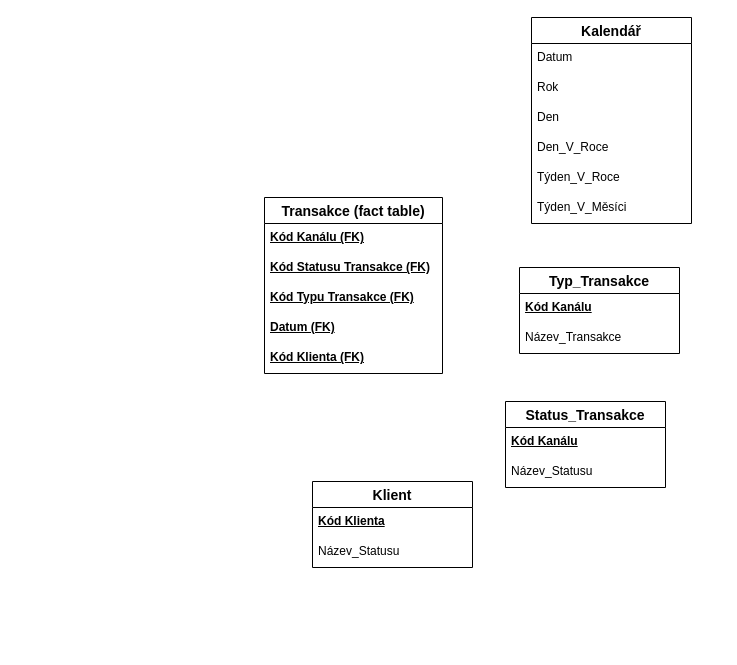
Finishxx/draw-io keeps this draw.io diagram as page "Star" (3 of 3) of pis-hw5.drawio. Above is the earlier version. Source tidied: cells renumbered, new cells numbered last; positions are measured from the earlier drawing's top-left corner, leaving out a move shared by most shapes. Both pictures are drawn from the tidied source at 100%, with x=0, y=0 at pixel (264, 17).
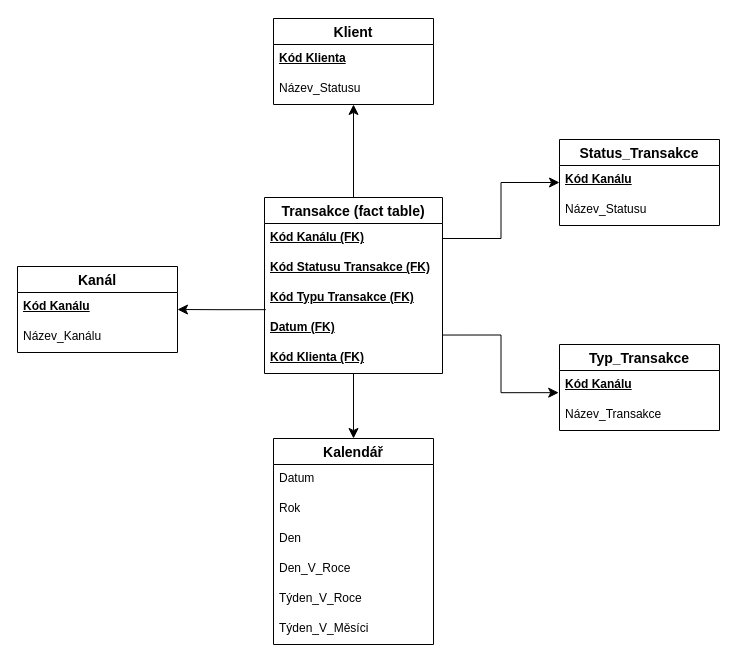
The same page after the edit.

The change refers to these unchanged cells:
```xml
<mxCell id="2" value="Transakce (fact table)" style="swimlane;fontStyle=1;horizontal=1;startSize=26;align=center;fontSize=14;" parent="1" vertex="1">
  <mxGeometry y="180" width="178" height="176" as="geometry" />
</mxCell>
<mxCell id="3" value="Kód Kanálu (FK)" style="text;strokeColor=none;fillColor=none;spacingLeft=4;spacingRight=4;overflow=hidden;points=[[0,0.5],[1,0.5]];portConstraint=eastwest;fontSize=12;whiteSpace=wrap;html=1;fontStyle=5;" parent="2" vertex="1">
  <mxGeometry y="26" width="178" height="30" as="geometry" />
</mxCell>
<mxCell id="5" value="Kód Typu Transakce (FK)" style="text;strokeColor=none;fillColor=none;spacingLeft=4;spacingRight=4;overflow=hidden;points=[[0,0.5],[1,0.5]];portConstraint=eastwest;fontSize=12;whiteSpace=wrap;html=1;fontStyle=5;" parent="2" vertex="1">
  <mxGeometry y="86" width="178" height="30" as="geometry" />
</mxCell>
<mxCell id="6" value="Datum (FK)" style="text;strokeColor=none;fillColor=none;spacingLeft=4;spacingRight=4;overflow=hidden;points=[[0,0.5],[1,0.5]];portConstraint=eastwest;fontSize=12;whiteSpace=wrap;html=1;fontStyle=5;" parent="2" vertex="1">
  <mxGeometry y="116" width="178" height="30" as="geometry" />
</mxCell>
<mxCell id="16" value="Kód Kanálu" style="text;strokeColor=none;fillColor=none;spacingLeft=4;spacingRight=4;overflow=hidden;points=[[0,0.5],[1,0.5]];portConstraint=eastwest;fontSize=12;whiteSpace=wrap;html=1;fontStyle=5;" parent="15" vertex="1">
  <mxGeometry y="26" width="160" height="30" as="geometry" />
</mxCell>
```

Change to the diagram source:
```diff
@@
+    <mxCell id="24" style="edgeStyle=orthogonalEdgeStyle;rounded=0;jettySize=auto;html=1;fontSize=12;startSize=8;endSize=8;" parent="1" edge="1" source="2" target="8">
+      <mxGeometry relative="1" as="geometry" />
+    </mxCell>
@@
     <mxCell id="8" value="Kalendář" style="swimlane;fontStyle=1;horizontal=1;startSize=26;align=center;fontSize=14;" parent="1" vertex="1">
-      <mxGeometry x="267" width="160" height="206" as="geometry" />
+      <mxGeometry x="9" y="421" width="160" height="206" as="geometry" />
     </mxCell>
@@
     <mxCell id="15" value="Typ_Transakce" style="swimlane;fontStyle=1;horizontal=1;startSize=26;align=center;fontSize=14;" parent="1" vertex="1">
-      <mxGeometry x="255" y="250" width="160" height="86" as="geometry" />
+      <mxGeometry x="295" y="327" width="160" height="86" as="geometry" />
     </mxCell>
@@
     <mxCell id="18" value="Status_Transakce" style="swimlane;fontStyle=1;horizontal=1;startSize=26;align=center;fontSize=14;" parent="1" vertex="1">
-      <mxGeometry x="241" y="384" width="160" height="86" as="geometry" />
+      <mxGeometry x="295" y="122" width="160" height="86" as="geometry" />
     </mxCell>
@@
     <mxCell id="21" value="Klient" style="swimlane;fontStyle=1;horizontal=1;startSize=26;align=center;fontSize=14;" parent="1" vertex="1">
-      <mxGeometry x="48" y="464" width="160" height="86" as="geometry" />
+      <mxGeometry x="9" y="1" width="160" height="86" as="geometry" />
     </mxCell>
@@
+    <mxCell id="25" style="edgeStyle=orthogonalEdgeStyle;rounded=0;jettySize=auto;html=1;fontSize=12;startSize=8;endSize=8;exitX=0.999;exitY=0.718;exitDx=0;exitDy=0;exitPerimeter=0;entryX=-0.005;entryY=0.739;entryDx=0;entryDy=0;entryPerimeter=0;" parent="1" edge="1" source="6" target="16">
+      <mxGeometry relative="1" as="geometry" />
+    </mxCell>
+    <mxCell id="26" style="edgeStyle=orthogonalEdgeStyle;rounded=0;jettySize=auto;html=1;fontSize=12;startSize=8;endSize=8;exitX=1;exitY=0.5;exitDx=0;exitDy=0;" parent="1" edge="1" source="3" target="18">
+      <mxGeometry relative="1" as="geometry" />
+    </mxCell>
+    <mxCell id="27" style="edgeStyle=orthogonalEdgeStyle;rounded=0;jettySize=auto;html=1;fontSize=12;startSize=8;endSize=8;" parent="1" edge="1" source="2" target="21">
+      <mxGeometry relative="1" as="geometry" />
+    </mxCell>
+    <mxCell id="28" value="Kanál" style="swimlane;fontStyle=1;horizontal=1;startSize=26;align=center;fontSize=14;" parent="1" vertex="1">
+      <mxGeometry x="-247" y="249" width="160" height="86" as="geometry" />
+    </mxCell>
+    <mxCell id="29" value="Kód Kanálu" style="text;strokeColor=none;fillColor=none;spacingLeft=4;spacingRight=4;overflow=hidden;fontSize=12;whiteSpace=wrap;html=1;fontStyle=5;" parent="28" vertex="1">
+      <mxGeometry y="26" width="160" height="30" as="geometry" />
+    </mxCell>
+    <mxCell id="30" value="Název_Kanálu" style="text;strokeColor=none;fillColor=none;spacingLeft=4;spacingRight=4;overflow=hidden;fontSize=12;whiteSpace=wrap;html=1;" parent="28" vertex="1">
+      <mxGeometry y="56" width="160" height="30" as="geometry" />
+    </mxCell>
+    <mxCell id="31" style="edgeStyle=orthogonalEdgeStyle;rounded=0;jettySize=auto;html=1;fontSize=12;startSize=8;endSize=8;exitX=0.007;exitY=0.872;exitDx=0;exitDy=0;exitPerimeter=0;" parent="1" edge="1" source="5" target="28">
+      <mxGeometry relative="1" as="geometry" />
+    </mxCell>
```
